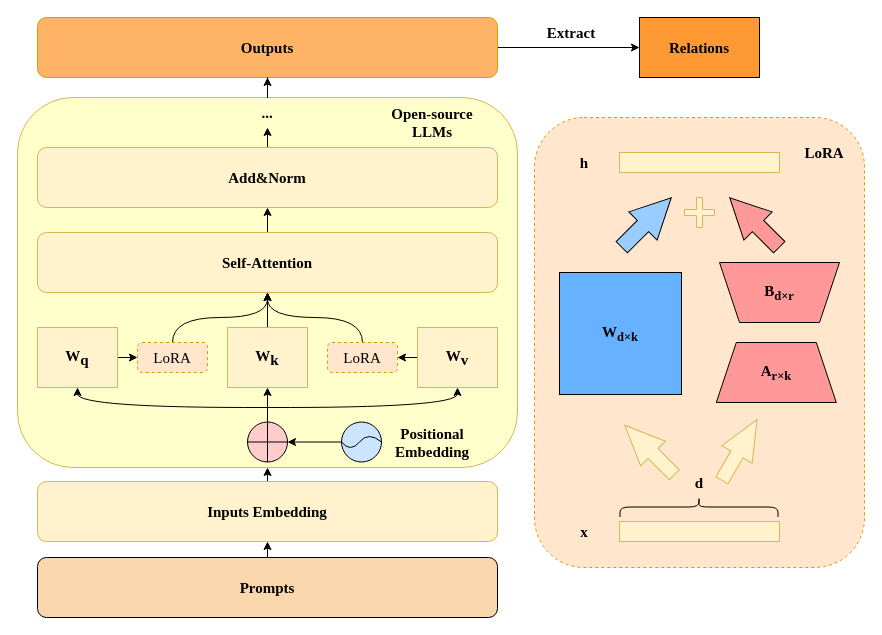
The draw.io diagram Figure2.drawio in SkyuForever/CRE-LLM, before the edit. Source tidied: cells renumbered, new cells numbered last; positions are measured from the earlier drawing's top-left corner, leaving out a move shared by most shapes. Both pictures are drawn from the tidied source at 100%, with x=0, y=0 at pixel (17, 17).
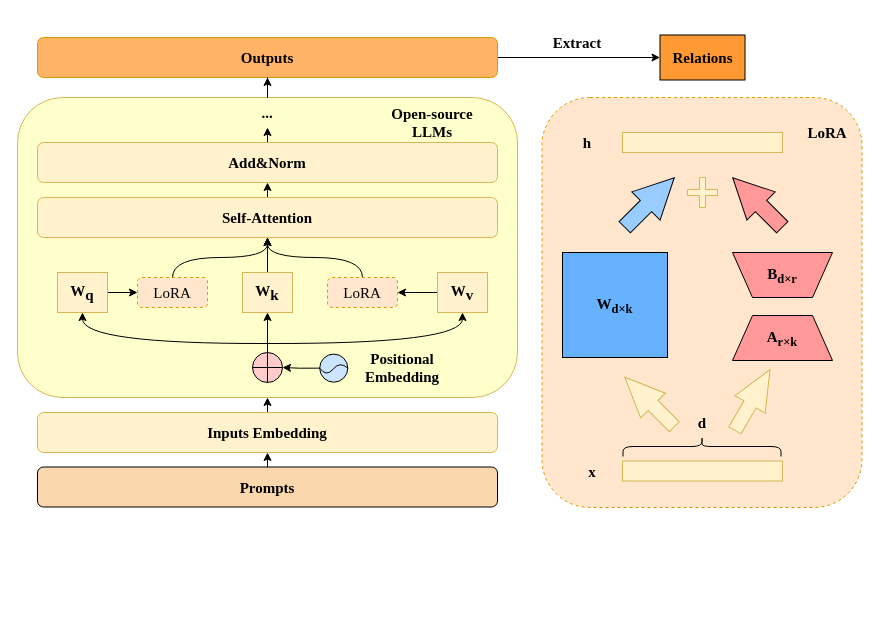
Above is the later version.

What changed in the source:
```diff
@@
+    <mxCell id="55" style="rounded=1;whiteSpace=wrap;html=1;dashed=1;fillColor=#ffe6cc;strokeColor=#d79b00;" parent="1" vertex="1">
+      <mxGeometry x="524.5" y="80" width="320" height="410" as="geometry" />
+    </mxCell>
     <mxCell id="2" style="rounded=1;whiteSpace=wrap;html=1;fillColor=#FFFFCC;strokeColor=#d6b656;" parent="1" vertex="1">
-      <mxGeometry y="80" width="500" height="370" as="geometry" />
+      <mxGeometry y="80" width="500" height="300" as="geometry" />
     </mxCell>
-    <mxCell id="3" style="rounded=1;whiteSpace=wrap;html=1;dashed=1;fillColor=#ffe6cc;strokeColor=#d79b00;" parent="1" vertex="1">
-      <mxGeometry x="517" y="100" width="330" height="450" as="geometry" />
-    </mxCell>
     <mxCell id="4" value="A&lt;sub&gt;r×k&lt;/sub&gt;" style="shape=trapezoid;perimeter=trapezoidPerimeter;whiteSpace=wrap;html=1;fixedSize=1;fontFamily=Times New Roman;fontSize=15;fontStyle=1;fillColor=#FF9999;" parent="1" vertex="1">
-      <mxGeometry x="698.8" y="325" width="120" height="60" as="geometry" />
+      <mxGeometry x="715" y="298" width="100" height="45" as="geometry" />
     </mxCell>
     <mxCell id="5" style="shape=trapezoid;perimeter=trapezoidPerimeter;whiteSpace=wrap;html=1;fixedSize=1;rotation=-180;fontFamily=Times New Roman;fontSize=15;fontStyle=1;fillColor=#FF9999;" parent="1" vertex="1">
-      <mxGeometry x="702" y="245" width="120" height="60" as="geometry" />
+      <mxGeometry x="715" y="235" width="100" height="45" as="geometry" />
     </mxCell>
     <mxCell id="6" value="&lt;font style=&quot;font-size: 15px;&quot;&gt;B&lt;/font&gt;&lt;sub&gt;d×r&lt;/sub&gt;" style="text;html=1;strokeColor=none;fillColor=none;align=center;verticalAlign=middle;whiteSpace=wrap;rounded=0;fontFamily=Times New Roman;fontSize=15;fontStyle=1;" parent="1" vertex="1">
-      <mxGeometry x="732" y="260" width="60" height="30" as="geometry" />
+      <mxGeometry x="735" y="242.5" width="60" height="30" as="geometry" />
     </mxCell>
@@
     <mxCell id="8" value="Self-Attention" style="rounded=1;whiteSpace=wrap;html=1;fontFamily=Times New Roman;fontSize=15;fontStyle=1;fillColor=#fff2cc;strokeColor=#d6b656;" parent="1" vertex="1">
-      <mxGeometry x="20" y="215" width="460" height="60" as="geometry" />
+      <mxGeometry x="20" y="180" width="460" height="40" as="geometry" />
     </mxCell>
@@
     <mxCell id="10" value="W&lt;sub style=&quot;font-size: 15px;&quot;&gt;q&lt;/sub&gt;" style="rounded=0;whiteSpace=wrap;html=1;fontFamily=Times New Roman;fontSize=15;fontStyle=1;fillColor=#fff2cc;strokeColor=#d6b656;" parent="1" vertex="1">
-      <mxGeometry x="20" y="310" width="80" height="60" as="geometry" />
+      <mxGeometry x="40" y="255" width="50" height="40" as="geometry" />
     </mxCell>
-    <mxCell id="11" style="edgeStyle=orthogonalEdgeStyle;rounded=0;jettySize=auto;html=1;exitX=0.5;exitY=0;exitDx=0;exitDy=0;entryX=0.5;entryY=1;entryDx=0;entryDy=0;fontFamily=Times New Roman;fontSize=15;fontStyle=1;" parent="1" edge="1" source="12" target="8">
-      <mxGeometry relative="1" as="geometry" />
-    </mxCell>
-    <mxCell id="12" value="W&lt;sub style=&quot;font-size: 15px;&quot;&gt;k&lt;/sub&gt;" style="rounded=0;whiteSpace=wrap;html=1;fontFamily=Times New Roman;fontSize=15;fontStyle=1;fillColor=#fff2cc;strokeColor=#d6b656;" parent="1" vertex="1">
-      <mxGeometry x="210" y="310" width="80" height="60" as="geometry" />
-    </mxCell>
+    <mxCell id="56" style="edgeStyle=orthogonalEdgeStyle;rounded=0;jettySize=auto;html=1;entryX=0.5;entryY=1;entryDx=0;entryDy=0;curved=1;" parent="1" edge="1" target="14">
+      <mxGeometry relative="1" as="geometry">
+        <mxPoint x="250" y="326" as="sourcePoint" />
+      </mxGeometry>
+    </mxCell>
+    <mxCell id="57" style="edgeStyle=orthogonalEdgeStyle;rounded=0;jettySize=auto;html=1;entryX=0.5;entryY=1;entryDx=0;entryDy=0;curved=1;" parent="1" edge="1" target="10">
+      <mxGeometry relative="1" as="geometry">
+        <mxPoint x="250" y="326" as="sourcePoint" />
+      </mxGeometry>
+    </mxCell>
@@
     <mxCell id="14" value="W&lt;sub style=&quot;font-size: 15px;&quot;&gt;v&lt;/sub&gt;" style="rounded=0;whiteSpace=wrap;html=1;fontFamily=Times New Roman;fontSize=15;fontStyle=1;fillColor=#fff2cc;strokeColor=#d6b656;" parent="1" vertex="1">
-      <mxGeometry x="400" y="310" width="80" height="60" as="geometry" />
+      <mxGeometry x="420" y="255" width="50" height="40" as="geometry" />
     </mxCell>
     <mxCell id="15" value="&lt;font style=&quot;font-size: 15px;&quot;&gt;W&lt;/font&gt;&lt;sub&gt;d×k&lt;/sub&gt;" style="whiteSpace=wrap;html=1;fontFamily=Times New Roman;fontSize=15;fontStyle=1;fillColor=#66B2FF;" parent="1" vertex="1">
-      <mxGeometry x="542" y="255" width="122" height="122" as="geometry" />
+      <mxGeometry x="545" y="235" width="105" height="105" as="geometry" />
     </mxCell>
     <mxCell id="16" style="rounded=0;whiteSpace=wrap;html=1;fontFamily=Times New Roman;fontSize=15;fontStyle=1;fillColor=#fff2cc;strokeColor=#d6b656;" parent="1" vertex="1">
-      <mxGeometry x="602" y="504" width="160" height="20" as="geometry" />
+      <mxGeometry x="605" y="443.5" width="160" height="20" as="geometry" />
     </mxCell>
     <mxCell id="17" value="x" style="text;html=1;strokeColor=none;fillColor=none;align=center;verticalAlign=middle;whiteSpace=wrap;rounded=0;fontFamily=Times New Roman;fontSize=15;fontStyle=1;" parent="1" vertex="1">
-      <mxGeometry x="537" y="499" width="60" height="30" as="geometry" />
+      <mxGeometry x="545" y="438.5" width="60" height="30" as="geometry" />
     </mxCell>
     <mxCell id="18" style="shape=curlyBracket;whiteSpace=wrap;html=1;rounded=1;flipH=1;labelPosition=right;verticalLabelPosition=middle;align=left;verticalAlign=middle;rotation=-90;fontFamily=Times New Roman;fontSize=15;fontStyle=1;" parent="1" vertex="1">
-      <mxGeometry x="671.5" y="410.5" width="20" height="158" as="geometry" />
+      <mxGeometry x="674.5" y="350" width="20" height="158" as="geometry" />
     </mxCell>
     <mxCell id="19" value="d" style="text;html=1;strokeColor=none;fillColor=none;align=center;verticalAlign=middle;whiteSpace=wrap;rounded=0;fontFamily=Times New Roman;fontSize=15;fontStyle=1;" parent="1" vertex="1">
-      <mxGeometry x="652" y="450" width="60" height="30" as="geometry" />
+      <mxGeometry x="655" y="389.5" width="60" height="30" as="geometry" />
     </mxCell>
     <mxCell id="20" style="rounded=0;whiteSpace=wrap;html=1;fontFamily=Times New Roman;fontSize=15;fontStyle=1;fillColor=#fff2cc;strokeColor=#d6b656;" parent="1" vertex="1">
-      <mxGeometry x="602" y="135" width="160" height="20" as="geometry" />
+      <mxGeometry x="605" y="115" width="160" height="20" as="geometry" />
     </mxCell>
     <mxCell id="21" value="h" style="text;html=1;strokeColor=none;fillColor=none;align=center;verticalAlign=middle;whiteSpace=wrap;rounded=0;fontFamily=Times New Roman;fontSize=15;fontStyle=1;" parent="1" vertex="1">
-      <mxGeometry x="537" y="130" width="60" height="30" as="geometry" />
+      <mxGeometry x="540" y="110" width="60" height="30" as="geometry" />
     </mxCell>
     <mxCell id="22" style="html=1;shadow=0;dashed=0;align=center;verticalAlign=middle;shape=mxgraph.arrows2.arrow;dy=0.6;dx=40;notch=0;rotation=-135;fontFamily=Times New Roman;fontSize=15;fontStyle=1;fillColor=#fff2cc;strokeColor=#d6b656;" parent="1" vertex="1">
-      <mxGeometry x="597" y="415" width="70" height="35" as="geometry" />
+      <mxGeometry x="597" y="367" width="70" height="35" as="geometry" />
     </mxCell>
     <mxCell id="23" style="html=1;shadow=0;dashed=0;align=center;verticalAlign=middle;shape=mxgraph.arrows2.arrow;dy=0.6;dx=40;notch=0;rotation=-60;fontFamily=Times New Roman;fontSize=15;fontStyle=1;fillColor=#fff2cc;strokeColor=#d6b656;" parent="1" vertex="1">
-      <mxGeometry x="687" y="415" width="70" height="35" as="geometry" />
+      <mxGeometry x="700" y="365" width="70" height="35" as="geometry" />
     </mxCell>
     <mxCell id="24" style="html=1;shadow=0;dashed=0;align=center;verticalAlign=middle;shape=mxgraph.arrows2.arrow;dy=0.6;dx=40;notch=0;rotation=-45;fontFamily=Times New Roman;fontSize=15;fontStyle=1;fillColor=#99CCFF;" parent="1" vertex="1">
-      <mxGeometry x="594" y="185" width="70" height="40" as="geometry" />
+      <mxGeometry x="597" y="165" width="70" height="40" as="geometry" />
     </mxCell>
     <mxCell id="25" style="html=1;shadow=0;dashed=0;align=center;verticalAlign=middle;shape=mxgraph.arrows2.arrow;dy=0.6;dx=40;notch=0;rotation=-135;fontFamily=Times New Roman;fontSize=15;fontStyle=1;fillColor=#FF9999;" parent="1" vertex="1">
-      <mxGeometry x="702" y="185" width="70" height="40" as="geometry" />
+      <mxGeometry x="705" y="165" width="70" height="40" as="geometry" />
     </mxCell>
@@
     <mxCell id="27" value="Add&amp;amp;Norm" style="rounded=1;whiteSpace=wrap;html=1;fontFamily=Times New Roman;fontSize=15;fontStyle=1;fillColor=#fff2cc;strokeColor=#d6b656;" parent="1" vertex="1">
-      <mxGeometry x="20" y="130" width="460" height="60" as="geometry" />
+      <mxGeometry x="20" y="125" width="460" height="40" as="geometry" />
     </mxCell>
     <mxCell id="28" value="LoRA" style="text;html=1;strokeColor=none;fillColor=none;align=center;verticalAlign=middle;whiteSpace=wrap;rounded=0;fontSize=15;fontFamily=Times New Roman;fontStyle=1;" parent="1" vertex="1">
-      <mxGeometry x="777" y="120" width="60" height="30" as="geometry" />
+      <mxGeometry x="780" y="100" width="60" height="30" as="geometry" />
     </mxCell>
-    <mxCell id="29" style="edgeStyle=orthogonalEdgeStyle;rounded=0;jettySize=auto;html=1;entryX=0.5;entryY=1;entryDx=0;entryDy=0;curved=1;fontFamily=Times New Roman;fontSize=15;fontStyle=1;" parent="1" edge="1" target="10">
-      <mxGeometry relative="1" as="geometry">
-        <mxPoint x="250" y="390" as="sourcePoint" />
-      </mxGeometry>
-    </mxCell>
-    <mxCell id="30" style="edgeStyle=orthogonalEdgeStyle;rounded=0;jettySize=auto;html=1;entryX=0.5;entryY=1;entryDx=0;entryDy=0;curved=1;fontFamily=Times New Roman;fontSize=15;fontStyle=1;" parent="1" edge="1" target="14">
-      <mxGeometry relative="1" as="geometry">
-        <mxPoint x="250" y="390" as="sourcePoint" />
-      </mxGeometry>
-    </mxCell>
-    <mxCell id="31" style="edgeStyle=orthogonalEdgeStyle;rounded=0;jettySize=auto;html=1;exitX=0.5;exitY=0;exitDx=0;exitDy=0;exitPerimeter=0;fontFamily=Times New Roman;fontSize=15;fontStyle=1;" parent="1" edge="1" source="32" target="12">
+    <mxCell id="31" style="edgeStyle=orthogonalEdgeStyle;rounded=0;jettySize=auto;html=1;exitX=0;exitY=0.5;exitDx=0;exitDy=0;exitPerimeter=0;entryX=0.5;entryY=1;entryDx=0;entryDy=0;" parent="1" edge="1" source="32" target="12">
       <mxGeometry relative="1" as="geometry" />
     </mxCell>
-    <mxCell id="32" style="verticalLabelPosition=bottom;verticalAlign=top;html=1;shape=mxgraph.flowchart.summing_function;fontFamily=Times New Roman;fontSize=15;fontStyle=1;fillColor=#FFCCCC;" parent="1" vertex="1">
-      <mxGeometry x="230" y="404.5" width="40" height="40" as="geometry" />
+    <mxCell id="32" style="verticalLabelPosition=bottom;verticalAlign=top;html=1;shape=mxgraph.flowchart.summing_function;fontFamily=Times New Roman;fontSize=15;fontStyle=1;fillColor=#FFCCCC;direction=south;" parent="1" vertex="1">
+      <mxGeometry x="235" y="335" width="30" height="30" as="geometry" />
     </mxCell>
@@
     <mxCell id="34" value="Inputs Embedding" style="rounded=1;whiteSpace=wrap;html=1;fontFamily=Times New Roman;fontSize=15;fontStyle=1;fillColor=#fff2cc;strokeColor=#d6b656;" parent="1" vertex="1">
-      <mxGeometry x="20" y="464" width="460" height="60" as="geometry" />
+      <mxGeometry x="20" y="395" width="460" height="40" as="geometry" />
     </mxCell>
@@
     <mxCell id="36" value="Prompts" style="rounded=1;whiteSpace=wrap;html=1;fontFamily=Times New Roman;fontSize=15;fontStyle=1;fillColor=#FAD7AC;" parent="1" vertex="1">
-      <mxGeometry x="20" y="540" width="460" height="60" as="geometry" />
+      <mxGeometry x="20" y="449.5" width="460" height="40" as="geometry" />
     </mxCell>
     <mxCell id="37" style="group;rotation=-180;fontFamily=Times New Roman;fontSize=15;fontStyle=1;" parent="1" vertex="1">
-      <mxGeometry x="324" y="404.5" width="40" height="40" as="geometry" />
+      <mxGeometry x="308.5" y="343" width="30" height="30" as="geometry" />
     </mxCell>
     <mxCell id="38" style="ellipse;whiteSpace=wrap;html=1;rotation=-180;fontFamily=Times New Roman;fontSize=15;fontStyle=1;fillColor=#CCE5FF;" parent="37" vertex="1">
-      <mxGeometry width="40" height="40" as="geometry" />
+      <mxGeometry x="-6.3" y="-6.4" width="28.1" height="28.1" as="geometry" />
     </mxCell>
     <mxCell id="39" style="endArrow=none;html=1;rounded=0;entryX=1;entryY=0.5;entryDx=0;entryDy=0;exitX=0;exitY=0.5;exitDx=0;exitDy=0;curved=1;fontFamily=Times New Roman;fontSize=15;fontStyle=1;" parent="37" edge="1" source="38" target="38">
       <mxGeometry relative="1" as="geometry">
         <Array as="points">
-          <mxPoint x="27" y="9" />
-          <mxPoint x="9" y="31" />
+          <mxPoint x="13.9" y="0.4" />
+          <mxPoint x="0.4" y="16.9" />
         </Array>
       </mxGeometry>
     </mxCell>
-    <mxCell id="40" style="edgeStyle=orthogonalEdgeStyle;rounded=0;jettySize=auto;html=1;exitX=1;exitY=0.5;exitDx=0;exitDy=0;entryX=1;entryY=0.5;entryDx=0;entryDy=0;entryPerimeter=0;fontFamily=Times New Roman;fontSize=15;fontStyle=1;" parent="1" edge="1" source="38" target="32">
-      <mxGeometry relative="1" as="geometry" />
-    </mxCell>
     <mxCell id="41" value="Positional&lt;br style=&quot;font-size: 15px;&quot;&gt;Embedding" style="text;html=1;strokeColor=none;fillColor=none;align=center;verticalAlign=middle;whiteSpace=wrap;rounded=0;fontSize=15;fontFamily=Times New Roman;fontStyle=1;" parent="1" vertex="1">
-      <mxGeometry x="380" y="404.5" width="70" height="40" as="geometry" />
+      <mxGeometry x="350" y="330" width="70" height="40" as="geometry" />
     </mxCell>
@@
     <mxCell id="43" value="Outputs" style="rounded=1;whiteSpace=wrap;html=1;fontFamily=Times New Roman;fontSize=15;fontStyle=1;fillColor=#FFB366;strokeColor=#d79b00;" parent="1" vertex="1">
-      <mxGeometry x="20" width="460" height="60" as="geometry" />
+      <mxGeometry x="20" y="20" width="460" height="40" as="geometry" />
     </mxCell>
@@
     <mxCell id="46" value="Relations" style="rounded=0;whiteSpace=wrap;html=1;fontFamily=Times New Roman;fontSize=15;fontStyle=1;fillColor=#FF9933;" parent="1" vertex="1">
-      <mxGeometry x="622" width="120" height="60" as="geometry" />
+      <mxGeometry x="642.5" y="17.5" width="85" height="45" as="geometry" />
     </mxCell>
     <mxCell id="47" value="Extract" style="text;html=1;strokeColor=none;fillColor=none;align=center;verticalAlign=middle;whiteSpace=wrap;rounded=0;fontFamily=Times New Roman;fontSize=15;fontStyle=1;" parent="1" vertex="1">
-      <mxGeometry x="514" width="80" height="30" as="geometry" />
+      <mxGeometry x="520" y="10" width="80" height="30" as="geometry" />
     </mxCell>
     <mxCell id="48" style="shape=cross;whiteSpace=wrap;html=1;fillColor=#fff2cc;strokeColor=#d6b656;" parent="1" vertex="1">
-      <mxGeometry x="667" y="180" width="30" height="30" as="geometry" />
+      <mxGeometry x="670" y="160" width="30" height="30" as="geometry" />
     </mxCell>
@@
     <mxCell id="51" value="LoRA" style="rounded=1;whiteSpace=wrap;html=1;fontSize=15;fontFamily=Times New Roman;dashed=1;fillColor=#ffe6cc;strokeColor=#d79b00;" parent="1" vertex="1">
-      <mxGeometry x="120" y="325" width="70" height="30" as="geometry" />
+      <mxGeometry x="120" y="260" width="70" height="30" as="geometry" />
     </mxCell>
@@
     <mxCell id="53" value="LoRA" style="rounded=1;whiteSpace=wrap;html=1;fontSize=15;fontFamily=Times New Roman;dashed=1;fillColor=#ffe6cc;strokeColor=#d79b00;" parent="1" vertex="1">
-      <mxGeometry x="310" y="325" width="70" height="30" as="geometry" />
+      <mxGeometry x="310" y="260" width="70" height="30" as="geometry" />
     </mxCell>
@@
+    <mxCell id="40" style="edgeStyle=orthogonalEdgeStyle;rounded=0;jettySize=auto;html=1;" parent="1" edge="1" source="38" target="32">
+      <mxGeometry relative="1" as="geometry" />
+    </mxCell>
+    <mxCell id="58" style="edgeStyle=orthogonalEdgeStyle;rounded=0;jettySize=auto;html=1;exitX=0.5;exitY=0;exitDx=0;exitDy=0;" parent="1" edge="1" source="12">
+      <mxGeometry relative="1" as="geometry">
+        <mxPoint x="250" y="220" as="targetPoint" />
+      </mxGeometry>
+    </mxCell>
+    <mxCell id="12" value="W&lt;sub style=&quot;font-size: 15px;&quot;&gt;k&lt;/sub&gt;" style="rounded=0;whiteSpace=wrap;html=1;fontFamily=Times New Roman;fontSize=15;fontStyle=1;fillColor=#fff2cc;strokeColor=#d6b656;" parent="1" vertex="1">
+      <mxGeometry x="225" y="255" width="50" height="40" as="geometry" />
+    </mxCell>
```
